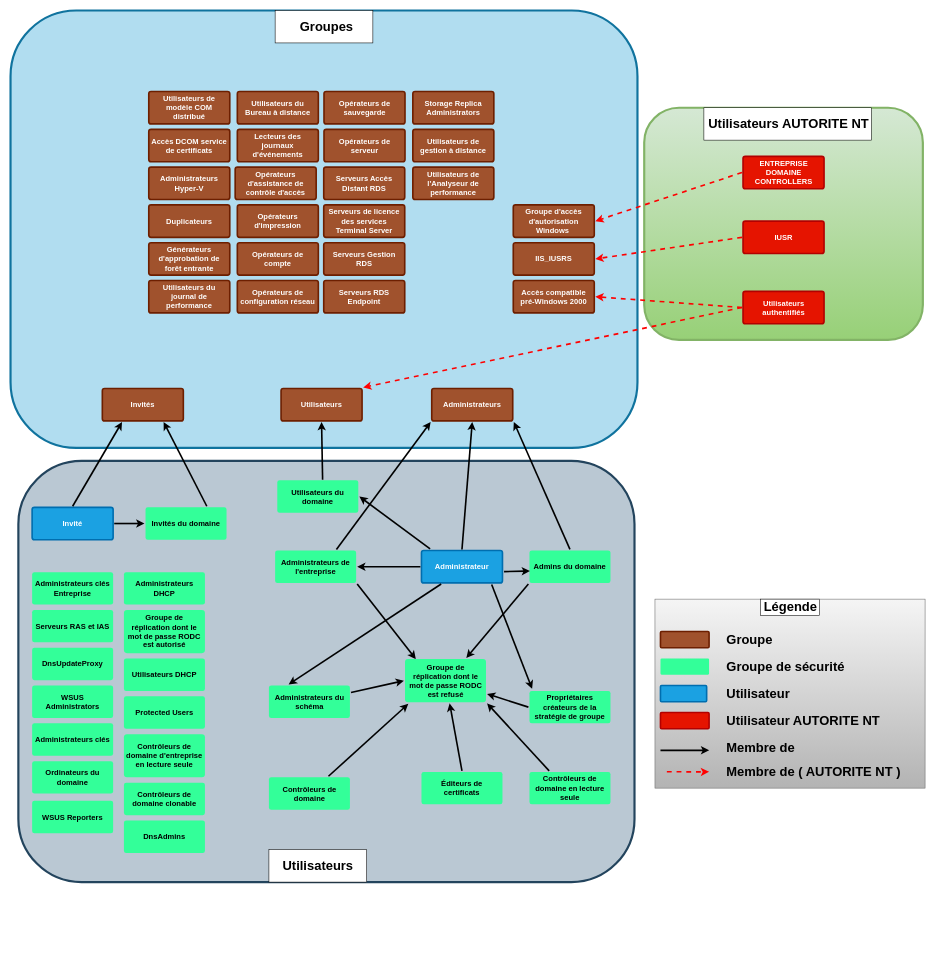
CharifMah/AbstergoAnimus keeps this draw.io diagram as Diagramme sans nom.drawio. Above is the earlier version. Source tidied: cells renumbered, new cells numbered last; positions are measured from the earlier drawing's top-left corner, leaving out a move shared by most shapes. Both pictures are drawn from the tidied source at 54%, with x=0, y=0 at pixel (10, 10).
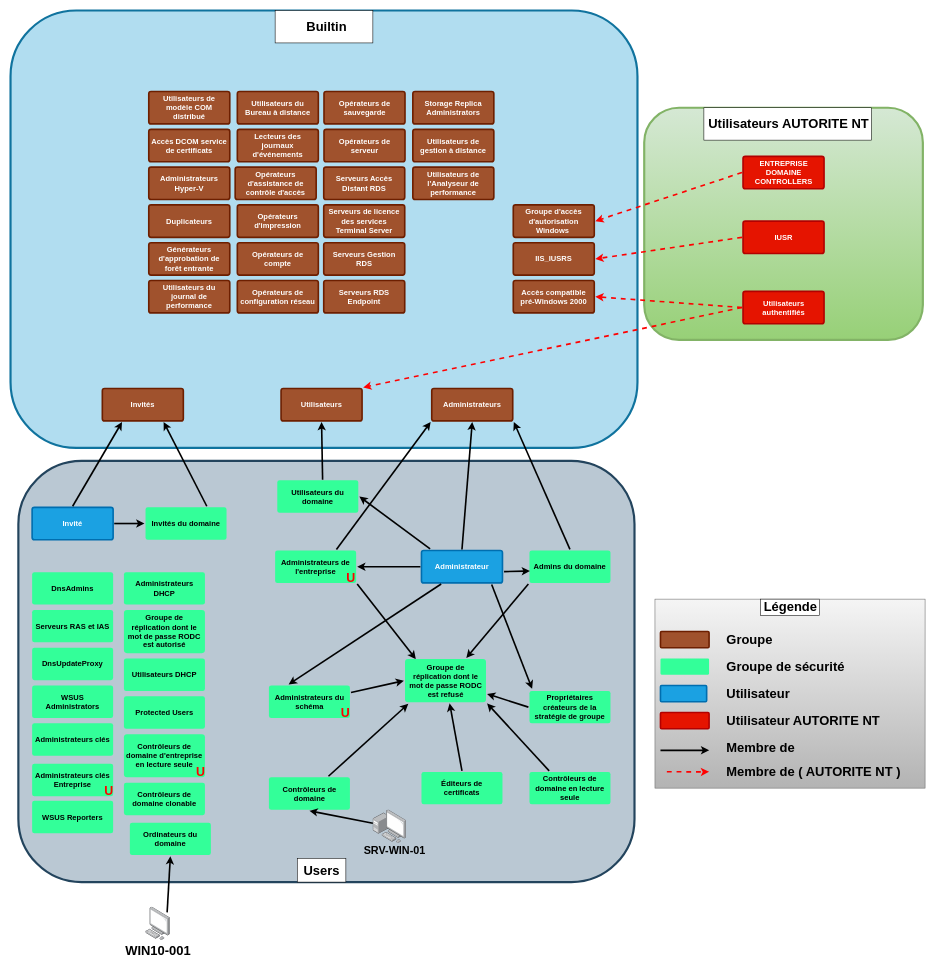
Above is the later version.

Commit message (it also covers changes not shown here):
Mettre à jour Diagramme sans nom.drawio

The change refers to these unchanged cells:
```xml
<mxCell id="18" value="Contrôleurs de domaine" style="rounded=1;whiteSpace=wrap;html=1;shadow=0;labelBackgroundColor=none;strokeColor=none;strokeWidth=3;fillColor=#33FF99;fontFamily=Helvetica;fontSize=14;fontColor=#000000;align=center;spacing=5;fontStyle=1;arcSize=7;perimeterSpacing=2;" parent="1" vertex="1">
  <mxGeometry x="478.5" y="1420" width="150" height="60" as="geometry" />
</mxCell>
```

Change to the diagram source:
```diff
@@
     <mxCell id="8" value="DnsAdmins" style="rounded=1;whiteSpace=wrap;html=1;shadow=0;labelBackgroundColor=none;strokeColor=none;strokeWidth=3;fillColor=#33FF99;fontFamily=Helvetica;fontSize=14;fontColor=#000000;align=center;spacing=5;fontStyle=1;arcSize=7;perimeterSpacing=2;" parent="1" vertex="1">
-      <mxGeometry x="210" y="1500" width="150" height="60" as="geometry" />
+      <mxGeometry x="40" y="1040" width="150" height="60" as="geometry" />
     </mxCell>
@@
     <mxCell id="45" style="rounded=0;whiteSpace=wrap;html=1;" parent="1" vertex="1">
-      <mxGeometry x="478.5" y="1554" width="181" height="60" as="geometry" />
+      <mxGeometry x="531" y="1570" width="90" height="44" as="geometry" />
     </mxCell>
-    <mxCell id="46" value="Utilisateurs" style="text;strokeColor=none;fillColor=none;html=1;fontSize=24;fontStyle=1;verticalAlign=middle;align=center;" parent="1" vertex="1">
-      <mxGeometry x="519" y="1564" width="100" height="40" as="geometry" />
+    <mxCell id="46" value="&lt;blockquote style=&quot;margin: 0 0 0 40px; border: none; padding: 0px;&quot;&gt;Users&lt;/blockquote&gt;" style="text;strokeColor=none;fillColor=none;html=1;fontSize=24;fontStyle=1;verticalAlign=middle;align=left;" parent="1" vertex="1">
+      <mxGeometry x="501" y="1574" width="120" height="40" as="geometry" />
     </mxCell>
@@
-    <mxCell id="48" value="Groupes" style="text;strokeColor=none;fillColor=none;html=1;fontSize=24;fontStyle=1;verticalAlign=middle;align=center;" parent="1" vertex="1">
+    <mxCell id="48" value="Builtin" style="text;strokeColor=none;fillColor=none;html=1;fontSize=24;fontStyle=1;verticalAlign=middle;align=center;" parent="1" vertex="1">
       <mxGeometry x="535" y="10" width="100" height="40" as="geometry" />
     </mxCell>
@@
     <mxCell id="103" value="Ordinateurs du domaine" style="rounded=1;whiteSpace=wrap;html=1;shadow=0;labelBackgroundColor=none;strokeColor=none;strokeWidth=3;fillColor=#33FF99;fontFamily=Helvetica;fontSize=14;fontColor=#000000;align=center;spacing=5;fontStyle=1;arcSize=7;perimeterSpacing=2;" parent="1" vertex="1">
-      <mxGeometry x="40" y="1390" width="150" height="60" as="geometry" />
+      <mxGeometry x="221" y="1504" width="150" height="60" as="geometry" />
     </mxCell>
     <mxCell id="104" value="Administrateurs clés Entreprise" style="rounded=1;whiteSpace=wrap;html=1;shadow=0;labelBackgroundColor=none;strokeColor=none;strokeWidth=3;fillColor=#33FF99;fontFamily=Helvetica;fontSize=14;fontColor=#000000;align=center;spacing=5;fontStyle=1;arcSize=7;perimeterSpacing=2;" parent="1" vertex="1">
-      <mxGeometry x="40" y="1040" width="150" height="60" as="geometry" />
+      <mxGeometry x="40" y="1395" width="150" height="60" as="geometry" />
     </mxCell>
+    <mxCell id="105" style="endArrow=classic;html=1;rounded=0;fontSize=18;strokeWidth=3;entryX=0.5;entryY=1;entryDx=0;entryDy=0;exitX=0.877;exitY=0.162;exitDx=0;exitDy=0;exitPerimeter=0;" parent="1" edge="1" source="106" target="103">
+      <mxGeometry relative="1" as="geometry" />
+    </mxCell>
+    <mxCell id="106" style="image;points=[];html=1;align=center;shadow=0;dashed=0;image=img/lib/allied_telesis/computer_and_terminals/Personal_Computer.svg;" parent="1" vertex="1">
+      <mxGeometry x="250" y="1660" width="45.6" height="61.8" as="geometry" />
+    </mxCell>
+    <mxCell id="107" style="image;points=[];html=1;align=center;shadow=0;dashed=0;image=img/lib/allied_telesis/computer_and_terminals/Personal_Computer_with_Server.svg;" parent="1" vertex="1">
+      <mxGeometry x="671" y="1480" width="62.4" height="62.4" as="geometry" />
+    </mxCell>
+    <mxCell id="108" style="endArrow=classic;html=1;rounded=0;fontSize=18;strokeWidth=3;entryX=0.5;entryY=1;entryDx=0;entryDy=0;" parent="1" edge="1" source="107" target="18">
+      <mxGeometry relative="1" as="geometry" />
+    </mxCell>
+    <mxCell id="109" value="&lt;font style=&quot;font-size: 20px;&quot;&gt;SRV-WIN-01&lt;/font&gt;" style="text;strokeColor=none;fillColor=none;html=1;fontSize=24;fontStyle=1;verticalAlign=middle;align=center;" parent="1" vertex="1">
+      <mxGeometry x="661" y="1534" width="100" height="40" as="geometry" />
+    </mxCell>
+    <mxCell id="110" value="WIN10-001" style="text;strokeColor=none;fillColor=none;html=1;fontSize=24;fontStyle=1;verticalAlign=middle;align=center;" parent="1" vertex="1">
+      <mxGeometry x="222.8" y="1721.8" width="100" height="40" as="geometry" />
+    </mxCell>
+    <mxCell id="111" value="&lt;font style=&quot;font-size: 23px;&quot;&gt;U&lt;/font&gt;" style="text;strokeColor=none;fillColor=none;html=1;fontSize=24;fontStyle=1;verticalAlign=middle;align=center;fontColor=#ff0000;" parent="1" vertex="1">
+      <mxGeometry x="343" y="1400" width="17" height="20" as="geometry" />
+    </mxCell>
+    <mxCell id="112" value="&lt;font style=&quot;font-size: 23px;&quot;&gt;U&lt;/font&gt;" style="text;strokeColor=none;fillColor=none;html=1;fontSize=24;fontStyle=1;verticalAlign=middle;align=center;fontColor=#ff0000;" parent="1" vertex="1">
+      <mxGeometry x="173" y="1435" width="17" height="20" as="geometry" />
+    </mxCell>
+    <mxCell id="113" value="&lt;font style=&quot;font-size: 23px;&quot;&gt;U&lt;/font&gt;" style="text;strokeColor=none;fillColor=none;html=1;fontSize=24;fontStyle=1;verticalAlign=middle;align=center;fontColor=#ff0000;" parent="1" vertex="1">
+      <mxGeometry x="621" y="1040" width="17" height="20" as="geometry" />
+    </mxCell>
+    <mxCell id="114" value="&lt;font style=&quot;font-size: 23px;&quot;&gt;U&lt;/font&gt;" style="text;strokeColor=none;fillColor=none;html=1;fontSize=24;fontStyle=1;verticalAlign=middle;align=center;fontColor=#ff0000;" parent="1" vertex="1">
+      <mxGeometry x="611.5" y="1290" width="17" height="20" as="geometry" />
+    </mxCell>
```
